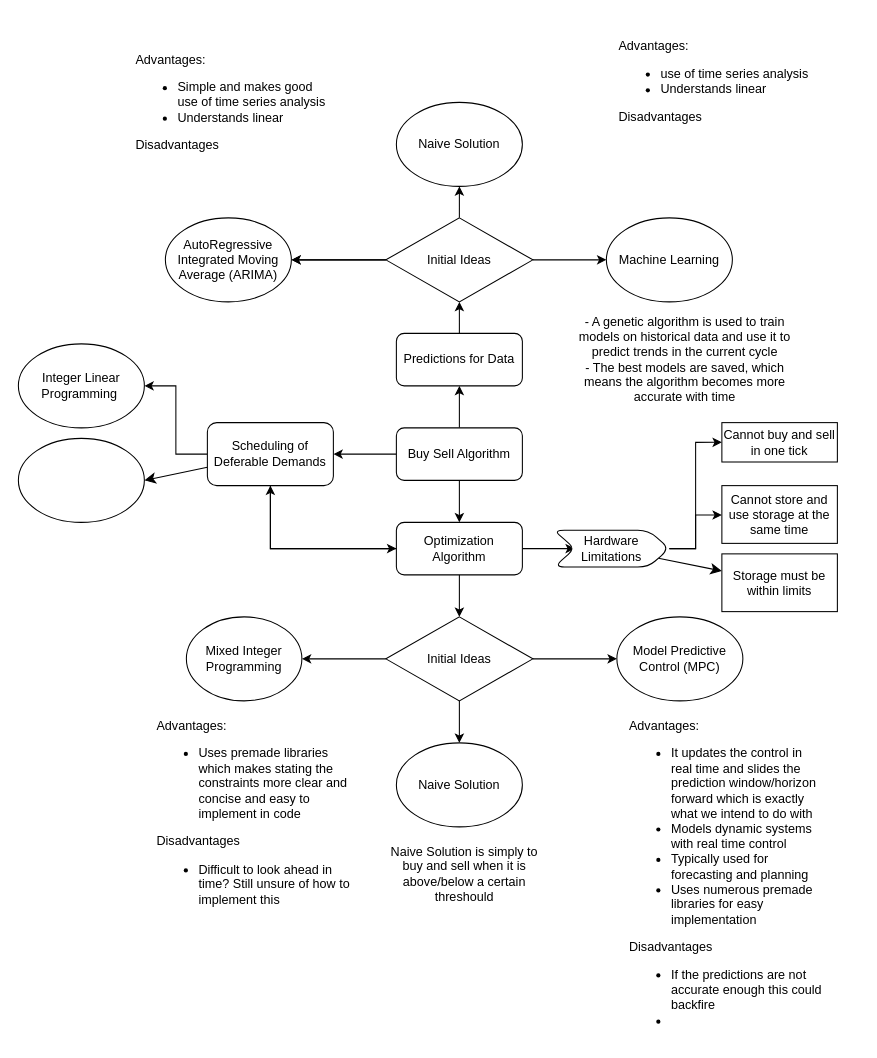
The draw.io diagram Untitled Diagram.drawio in chinjyanson/SmartGrid, before the edit. Source tidied: cells renumbered, new cells numbered last; positions are measured from the earlier drawing's top-left corner, leaving out a move shared by most shapes. Both pictures are drawn from the tidied source at 105%, with x=0, y=0 at pixel (18, 49).
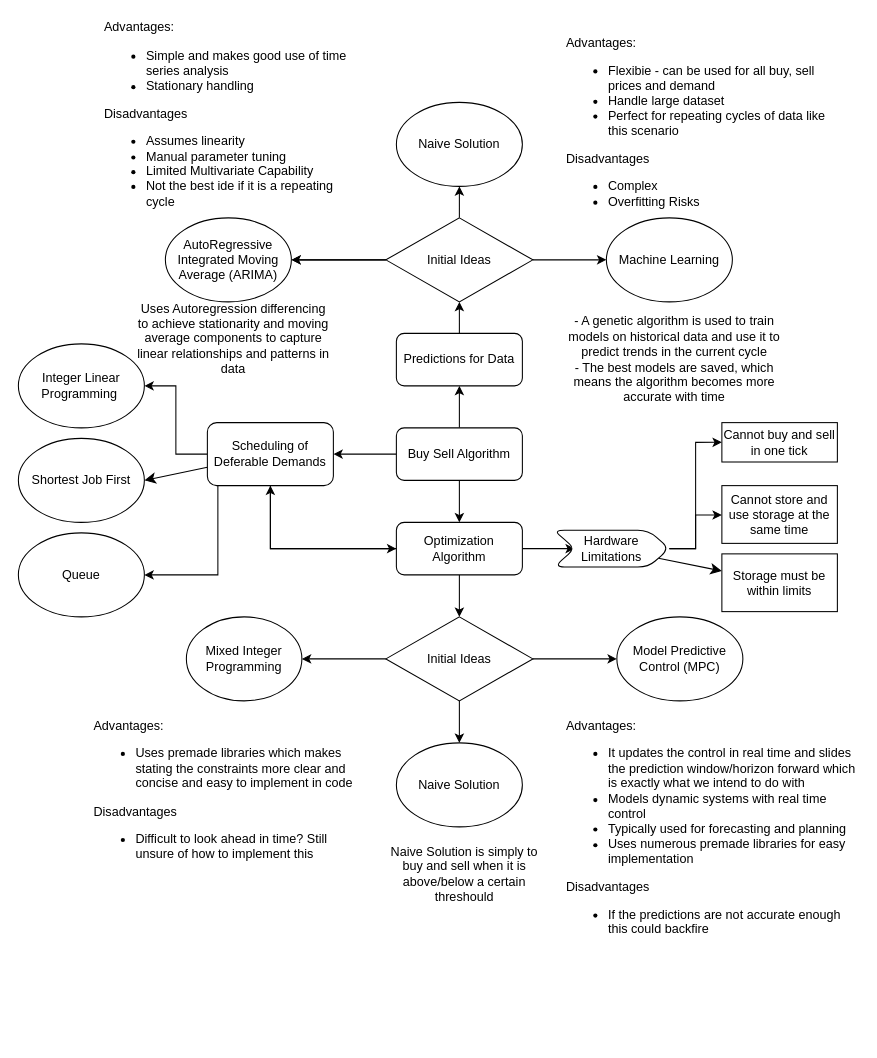
The same page after the edit.

Unchanged cells that the change refers to:
```xml
<mxCell id="27" value="Scheduling of Deferable Demands" style="whiteSpace=wrap;html=1;rounded=1;" parent="1" vertex="1">
  <mxGeometry x="180" y="355" width="120" height="60" as="geometry" />
</mxCell>
```

Change to the diagram source:
```diff
@@
     <mxCell id="17" value="Advantages:&lt;div&gt;&lt;ul&gt;&lt;li&gt;Uses premade libraries which makes stating the constraints more clear and concise and easy to implement in code&lt;/li&gt;&lt;/ul&gt;&lt;/div&gt;&lt;div style=&quot;&quot;&gt;Disadvantages&lt;/div&gt;&lt;div style=&quot;&quot;&gt;&lt;ul&gt;&lt;li&gt;Difficult to look ahead in time? Still unsure of how to implement this&lt;/li&gt;&lt;/ul&gt;&lt;/div&gt;" style="text;html=1;align=left;verticalAlign=top;whiteSpace=wrap;rounded=0;" parent="1" vertex="1">
-      <mxGeometry x="130" y="630" width="190" height="280" as="geometry" />
+      <mxGeometry x="70" y="630" width="250" height="280" as="geometry" />
     </mxCell>
@@
+    <mxCell id="46" style="edgeStyle=orthogonalEdgeStyle;rounded=0;jettySize=auto;html=1;entryX=1;entryY=0.5;entryDx=0;entryDy=0;" parent="1" edge="1" source="27" target="47">
+      <mxGeometry relative="1" as="geometry">
+        <Array as="points">
+          <mxPoint x="190" y="500" />
+        </Array>
+      </mxGeometry>
+    </mxCell>
@@
-    <mxCell id="38" value="Advantages:&lt;div&gt;&lt;ul&gt;&lt;li&gt;Simple and makes good use of time series analysis&amp;nbsp;&lt;/li&gt;&lt;li&gt;Understands linear&amp;nbsp;&lt;/li&gt;&lt;/ul&gt;&lt;/div&gt;&lt;div style=&quot;&quot;&gt;Disadvantages&lt;/div&gt;" style="text;html=1;align=left;verticalAlign=middle;whiteSpace=wrap;rounded=0;" parent="1" vertex="1">
-      <mxGeometry x="110" y="20" width="190" height="60" as="geometry" />
+    <mxCell id="38" value="Advantages:&lt;div&gt;&lt;ul&gt;&lt;li&gt;Simple and makes good use of time series analysis&amp;nbsp;&lt;/li&gt;&lt;li&gt;Stationary handling&lt;/li&gt;&lt;/ul&gt;&lt;/div&gt;&lt;div style=&quot;&quot;&gt;Disadvantages&lt;/div&gt;&lt;div style=&quot;&quot;&gt;&lt;ul&gt;&lt;li&gt;Assumes linearity&lt;/li&gt;&lt;li&gt;Manual parameter tuning&lt;/li&gt;&lt;li&gt;Limited Multivariate Capability&lt;/li&gt;&lt;li&gt;Not the best ide if it is a repeating cycle&lt;/li&gt;&lt;/ul&gt;&lt;/div&gt;&lt;div style=&quot;&quot;&gt;&lt;br&gt;&lt;/div&gt;" style="text;html=1;align=left;verticalAlign=middle;whiteSpace=wrap;rounded=0;" parent="1" vertex="1">
+      <mxGeometry x="80" y="-30" width="250" height="210" as="geometry" />
     </mxCell>
-    <mxCell id="39" value="Advantages:&lt;div&gt;&lt;ul&gt;&lt;li&gt;It updates the control in real time and slides the prediction window/horizon forward which is exactly what we intend to do with&lt;/li&gt;&lt;li&gt;Models dynamic systems with real time control&lt;/li&gt;&lt;li&gt;Typically used for forecasting and planning&lt;/li&gt;&lt;li&gt;Uses numerous premade libraries for easy implementation&amp;nbsp;&lt;/li&gt;&lt;/ul&gt;&lt;/div&gt;&lt;div style=&quot;&quot;&gt;Disadvantages&lt;/div&gt;&lt;div style=&quot;&quot;&gt;&lt;ul&gt;&lt;li&gt;If the predictions are not accurate enough this could backfire&lt;/li&gt;&lt;li&gt;&lt;br&gt;&lt;/li&gt;&lt;/ul&gt;&lt;/div&gt;" style="text;html=1;align=left;verticalAlign=top;whiteSpace=wrap;rounded=0;" parent="1" vertex="1">
-      <mxGeometry x="580" y="630" width="190" height="310" as="geometry" />
+    <mxCell id="39" value="Advantages:&lt;div&gt;&lt;ul&gt;&lt;li&gt;It updates the control in real time and slides the prediction window/horizon forward which is exactly what we intend to do with&lt;/li&gt;&lt;li&gt;Models dynamic systems with real time control&lt;/li&gt;&lt;li&gt;Typically used for forecasting and planning&lt;/li&gt;&lt;li&gt;Uses numerous premade libraries for easy implementation&amp;nbsp;&lt;/li&gt;&lt;/ul&gt;&lt;/div&gt;&lt;div style=&quot;&quot;&gt;Disadvantages&lt;/div&gt;&lt;div style=&quot;&quot;&gt;&lt;ul&gt;&lt;li&gt;If the predictions are not accurate enough this could backfire&lt;/li&gt;&lt;/ul&gt;&lt;/div&gt;" style="text;html=1;align=left;verticalAlign=top;whiteSpace=wrap;rounded=0;" parent="1" vertex="1">
+      <mxGeometry x="520" y="630" width="280" height="310" as="geometry" />
     </mxCell>
-    <mxCell id="40" value="Advantages:&lt;ul&gt;&lt;li&gt;use of time series analysis&amp;nbsp;&lt;/li&gt;&lt;li&gt;Understands linear&amp;nbsp;&lt;/li&gt;&lt;/ul&gt;&lt;div style=&quot;&quot;&gt;Disadvantages&lt;/div&gt;" style="text;html=1;align=left;verticalAlign=middle;whiteSpace=wrap;rounded=0;" parent="1" vertex="1">
-      <mxGeometry x="570" width="190" height="60" as="geometry" />
+    <mxCell id="40" value="Advantages:&lt;ul&gt;&lt;li&gt;Flexibie - can be used for all buy, sell prices and demand&lt;/li&gt;&lt;li&gt;Handle large dataset&lt;/li&gt;&lt;li&gt;Perfect for repeating cycles of data like this scenario&amp;nbsp;&lt;/li&gt;&lt;/ul&gt;&lt;div style=&quot;&quot;&gt;Disadvantages&lt;/div&gt;&lt;div style=&quot;&quot;&gt;&lt;ul&gt;&lt;li&gt;Complex&lt;/li&gt;&lt;li&gt;Overfitting Risks&lt;/li&gt;&lt;/ul&gt;&lt;/div&gt;" style="text;html=1;align=left;verticalAlign=middle;whiteSpace=wrap;rounded=0;" parent="1" vertex="1">
+      <mxGeometry x="520" y="-10" width="270" height="170" as="geometry" />
     </mxCell>
@@
     <mxCell id="43" value="&lt;div&gt;- A genetic algorithm is used to train models on historical data and use it to predict trends in the current cycle&lt;br&gt;&lt;/div&gt;&lt;div&gt;- The best models are saved, which means the algorithm becomes more accurate with time&lt;br&gt;&lt;/div&gt;" style="text;html=1;align=center;verticalAlign=middle;whiteSpace=wrap;rounded=0;" parent="1" vertex="1">
-      <mxGeometry x="530" y="250" width="210" height="90" as="geometry" />
+      <mxGeometry x="520" y="250" width="210" height="90" as="geometry" />
     </mxCell>
@@
-    <mxCell id="45" style="ellipse;whiteSpace=wrap;html=1;" parent="1" vertex="1">
+    <mxCell id="45" value="Shortest Job First" style="ellipse;whiteSpace=wrap;html=1;" parent="1" vertex="1">
       <mxGeometry y="370" width="120" height="80" as="geometry" />
     </mxCell>
+    <mxCell id="47" value="Queue" style="ellipse;whiteSpace=wrap;html=1;" parent="1" vertex="1">
+      <mxGeometry y="460" width="120" height="80" as="geometry" />
+    </mxCell>
+    <mxCell id="48" value="Uses Autoregression differencing to achieve stationarity and moving average components to capture linear relationships and patterns in data" style="text;html=1;align=center;verticalAlign=middle;whiteSpace=wrap;rounded=0;" parent="1" vertex="1">
+      <mxGeometry x="110" y="260" width="190" height="30" as="geometry" />
+    </mxCell>
```
